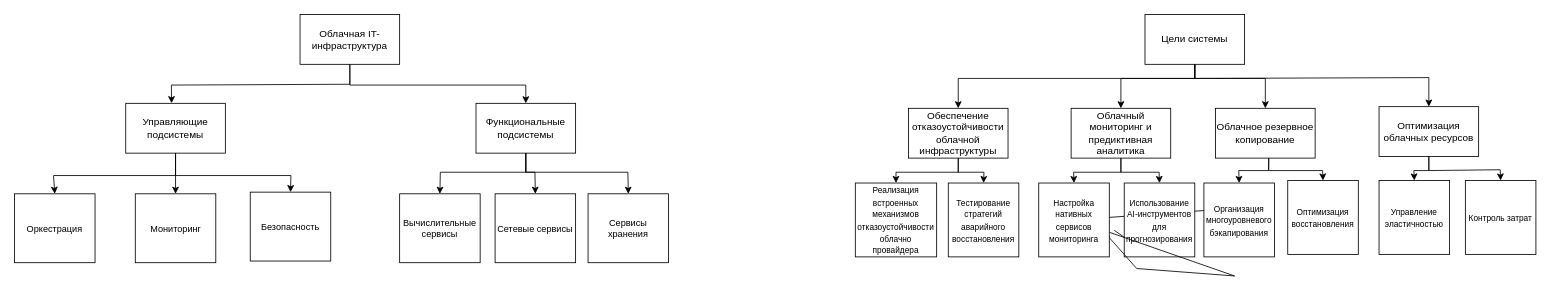
Above: СистемныйАнализ.drawio in yastrov/exemplar1 (draw.io), before the change. Source tidied: cells renumbered, new cells numbered last; positions are measured from the earlier drawing's top-left corner, leaving out a move shared by most shapes. Both pictures are drawn from the tidied source at 83%, with x=0, y=0 at pixel (14, 14).
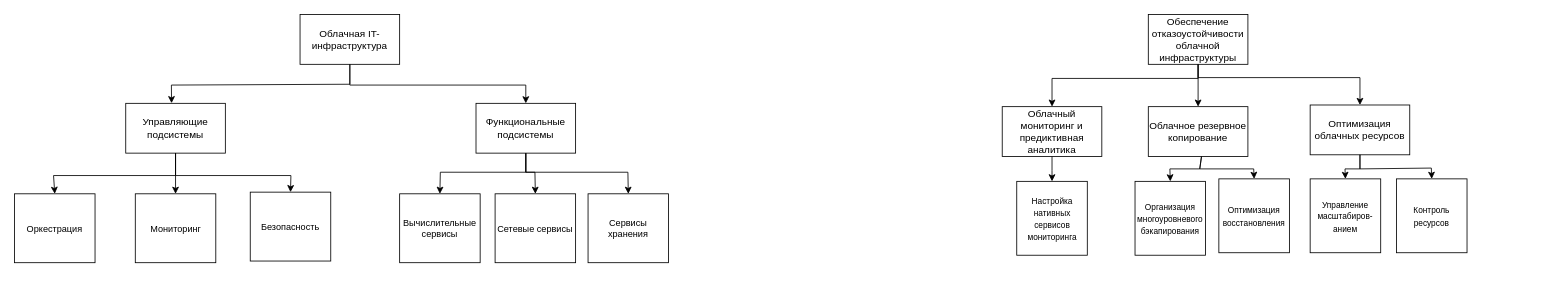
The same diagram, later.

Diff of the diagram source:
```diff
@@
-    <mxCell id="2" value="&lt;font style=&quot;color: light-dark(rgb(0, 0, 0), rgb(0, 0, 0));&quot;&gt;Обеспечение отказоустойчивости облачной инфраструктуры&lt;/font&gt;" style="rounded=0;whiteSpace=wrap;html=1;fillColor=light-dark(#FFFFFF,#FFFFFF);strokeColor=light-dark(#000000,#000000);" parent="1" vertex="1">
-      <mxGeometry x="1077" y="113" width="120" height="60" as="geometry" />
-    </mxCell>
     <mxCell id="3" value="&lt;font style=&quot;color: light-dark(rgb(0, 0, 0), rgb(0, 0, 0));&quot;&gt;Облачный мониторинг и предиктивная аналитика&lt;/font&gt;" style="rounded=0;whiteSpace=wrap;html=1;fillColor=light-dark(#FFFFFF,#FFFFFF);strokeColor=light-dark(#000000,#000000);" parent="1" vertex="1">
-      <mxGeometry x="1273" y="113" width="120" height="60" as="geometry" />
+      <mxGeometry x="1190" y="111" width="120" height="60" as="geometry" />
     </mxCell>
     <mxCell id="4" value="&lt;font style=&quot;color: light-dark(rgb(0, 0, 0), rgb(0, 0, 0));&quot;&gt;Облачное резервное копирование&lt;/font&gt;" style="rounded=0;whiteSpace=wrap;html=1;fillColor=light-dark(#FFFFFF,#FFFFFF);strokeColor=light-dark(#000000,#000000);" parent="1" vertex="1">
-      <mxGeometry x="1447" y="113" width="120" height="60" as="geometry" />
+      <mxGeometry x="1366" y="111" width="120" height="60" as="geometry" />
     </mxCell>
     <mxCell id="5" value="&lt;font style=&quot;color: light-dark(rgb(0, 0, 0), rgb(0, 0, 0));&quot;&gt;Оптимизация облачных ресурсов&lt;/font&gt;" style="rounded=0;whiteSpace=wrap;html=1;fillColor=light-dark(#FFFFFF,#FFFFFF);strokeColor=light-dark(#000000,#000000);" parent="1" vertex="1">
-      <mxGeometry x="1644" y="111" width="120" height="60" as="geometry" />
+      <mxGeometry x="1561" y="109" width="120" height="60" as="geometry" />
     </mxCell>
-    <mxCell id="6" value="&lt;font style=&quot;color: light-dark(rgb(0, 0, 0), rgb(0, 0, 0));&quot;&gt;Цели системы&lt;/font&gt;" style="rounded=0;whiteSpace=wrap;html=1;fillColor=light-dark(#FFFFFF,#FFFFFF);strokeColor=light-dark(#000000,#000000);" parent="1" vertex="1">
-      <mxGeometry x="1362" width="120" height="60" as="geometry" />
+    <mxCell id="6" value="Обеспечение отказоустойчивости облачной инфраструктуры" style="rounded=0;whiteSpace=wrap;html=1;fillColor=light-dark(#FFFFFF,#FFFFFF);strokeColor=light-dark(#000000,#000000);" parent="1" vertex="1">
+      <mxGeometry x="1366" width="120" height="60" as="geometry" />
     </mxCell>
-    <mxCell id="7" style="endArrow=classic;html=1;rounded=0;" parent="1" edge="1">
-      <mxGeometry relative="1" as="geometry">
-        <mxPoint x="1357" y="219.9" as="sourcePoint" />
-        <mxPoint x="1375" y="210" as="targetPoint" />
-      </mxGeometry>
-    </mxCell>
-    <mxCell id="8" style="endArrow=none;html=1;rounded=0;" parent="1" edge="1" source="22">
-      <mxGeometry relative="1" as="geometry">
-        <mxPoint x="1449" y="235" as="targetPoint" />
-      </mxGeometry>
-    </mxCell>
-    <mxCell id="9" style="endArrow=classic;html=1;rounded=0;exitX=0.5;exitY=1;exitDx=0;exitDy=0;entryX=0.5;entryY=0;entryDx=0;entryDy=0;strokeColor=light-dark(#000000,#000000);" parent="1" edge="1" source="6" target="2">
-      <mxGeometry relative="1" as="geometry">
-        <Array as="points">
-          <mxPoint x="1422" y="77" />
-          <mxPoint x="1137" y="77" />
-        </Array>
-      </mxGeometry>
-    </mxCell>
     <mxCell id="10" style="endArrow=classic;html=1;rounded=0;exitX=0.5;exitY=1;exitDx=0;exitDy=0;entryX=0.5;entryY=0;entryDx=0;entryDy=0;strokeColor=light-dark(#000000,#000000);" parent="1" edge="1" source="6" target="3">
       <mxGeometry relative="1" as="geometry">
         <Array as="points">
-          <mxPoint x="1422" y="77" />
-          <mxPoint x="1333" y="77" />
+          <mxPoint x="1426" y="77" />
+          <mxPoint x="1250" y="77" />
         </Array>
       </mxGeometry>
     </mxCell>
     <mxCell id="11" style="endArrow=classic;html=1;rounded=0;exitX=0.5;exitY=1;exitDx=0;exitDy=0;entryX=0.5;entryY=0;entryDx=0;entryDy=0;strokeColor=light-dark(#000000,#000000);" parent="1" edge="1" source="6" target="4">
-      <mxGeometry relative="1" as="geometry">
-        <Array as="points">
-          <mxPoint x="1422" y="77" />
-          <mxPoint x="1507" y="77" />
-        </Array>
-      </mxGeometry>
+      <mxGeometry relative="1" as="geometry" />
     </mxCell>
     <mxCell id="12" style="endArrow=classic;html=1;rounded=0;exitX=0.5;exitY=1;exitDx=0;exitDy=0;entryX=0.5;entryY=0;entryDx=0;entryDy=0;strokeColor=light-dark(#000000,#000000);" parent="1" edge="1" source="6" target="5">
       <mxGeometry relative="1" as="geometry">
         <Array as="points">
-          <mxPoint x="1422" y="77" />
-          <mxPoint x="1704" y="76" />
+          <mxPoint x="1426" y="76" />
+          <mxPoint x="1621" y="76" />
         </Array>
       </mxGeometry>
     </mxCell>
-    <mxCell id="13" value="&lt;font style=&quot;color: light-dark(rgb(0, 0, 0), rgb(0, 0, 0)); font-size: 10px;&quot;&gt;Реализация встроенных механизмов отказоустойчивости облачно провайдера&lt;/font&gt;" style="rounded=0;whiteSpace=wrap;html=1;fillColor=light-dark(#FFFFFF,#FFFFFF);strokeColor=light-dark(#000000,#000000);" parent="1" vertex="1">
-      <mxGeometry x="1013" y="203" width="98" height="89" as="geometry" />
-    </mxCell>
-    <mxCell id="14" style="endArrow=classic;html=1;rounded=0;" parent="1" edge="1">
-      <mxGeometry relative="1" as="geometry">
-        <mxPoint x="1325" y="260" as="sourcePoint" />
-        <mxPoint x="1357" y="282.2" as="targetPoint" />
-      </mxGeometry>
-    </mxCell>
-    <mxCell id="15" value="&lt;font style=&quot;color: light-dark(rgb(0, 0, 0), rgb(0, 0, 0)); font-size: 10px;&quot;&gt;Тестирование стратегий аварийного восстановления&lt;/font&gt;" style="rounded=0;whiteSpace=wrap;html=1;fillColor=light-dark(#FFFFFF,#FFFFFF);strokeColor=light-dark(#000000,#000000);" parent="1" vertex="1">
-      <mxGeometry x="1125" y="203" width="85" height="89" as="geometry" />
-    </mxCell>
-    <mxCell id="16" value="&lt;font style=&quot;color: light-dark(rgb(0, 0, 0), rgb(0, 0, 0)); font-size: 10px;&quot;&gt;Использование AI-инструментов для прогнозирования&lt;/font&gt;" style="rounded=0;whiteSpace=wrap;html=1;fillColor=light-dark(#FFFFFF,#FFFFFF);strokeColor=light-dark(#000000,#000000);" parent="1" vertex="1">
-      <mxGeometry x="1337" y="203" width="85" height="89" as="geometry" />
-    </mxCell>
     <mxCell id="17" value="&lt;font style=&quot;color: light-dark(rgb(0, 0, 0), rgb(0, 0, 0)); font-size: 10px;&quot;&gt;Организация многоуровневого бэкапирования&lt;/font&gt;" style="rounded=0;whiteSpace=wrap;html=1;fillColor=light-dark(#FFFFFF,#FFFFFF);strokeColor=light-dark(#000000,#000000);" parent="1" vertex="1">
-      <mxGeometry x="1433" y="203" width="85" height="89" as="geometry" />
+      <mxGeometry x="1350" y="201" width="85" height="89" as="geometry" />
     </mxCell>
     <mxCell id="18" value="&lt;font style=&quot;color: light-dark(rgb(0, 0, 0), rgb(0, 0, 0)); font-size: 10px;&quot;&gt;Оптимизация восстановления&lt;/font&gt;" style="rounded=0;whiteSpace=wrap;html=1;fillColor=light-dark(#FFFFFF,#FFFFFF);strokeColor=light-dark(#000000,#000000);" parent="1" vertex="1">
-      <mxGeometry x="1534" y="200" width="85" height="89" as="geometry" />
+      <mxGeometry x="1451" y="198" width="85" height="89" as="geometry" />
     </mxCell>
-    <mxCell id="19" value="&lt;font style=&quot;color: light-dark(rgb(0, 0, 0), rgb(0, 0, 0)); font-size: 10px;&quot;&gt;Управление эластичностью&lt;/font&gt;" style="rounded=0;whiteSpace=wrap;html=1;fillColor=light-dark(#FFFFFF,#FFFFFF);strokeColor=light-dark(#000000,#000000);" parent="1" vertex="1">
-      <mxGeometry x="1644" y="200" width="85" height="89" as="geometry" />
+    <mxCell id="19" value="&lt;font style=&quot;color: light-dark(rgb(0, 0, 0), rgb(0, 0, 0)); font-size: 10px;&quot;&gt;Управление масштабиров-анием&lt;/font&gt;" style="rounded=0;whiteSpace=wrap;html=1;fillColor=light-dark(#FFFFFF,#FFFFFF);strokeColor=light-dark(#000000,#000000);" parent="1" vertex="1">
+      <mxGeometry x="1561" y="198" width="85" height="89" as="geometry" />
     </mxCell>
-    <mxCell id="20" value="&lt;font style=&quot;color: light-dark(rgb(0, 0, 0), rgb(0, 0, 0)); font-size: 10px;&quot;&gt;Контроль затрат&lt;/font&gt;" style="rounded=0;whiteSpace=wrap;html=1;fillColor=light-dark(#FFFFFF,#FFFFFF);strokeColor=light-dark(#000000,#000000);" parent="1" vertex="1">
-      <mxGeometry x="1748" y="200" width="85" height="89" as="geometry" />
+    <mxCell id="20" value="&lt;font style=&quot;color: light-dark(rgb(0, 0, 0), rgb(0, 0, 0)); font-size: 10px;&quot;&gt;Контроль ресурсов&lt;/font&gt;" style="rounded=0;whiteSpace=wrap;html=1;fillColor=light-dark(#FFFFFF,#FFFFFF);strokeColor=light-dark(#000000,#000000);" parent="1" vertex="1">
+      <mxGeometry x="1665" y="198" width="85" height="89" as="geometry" />
     </mxCell>
-    <mxCell id="21" style="endArrow=none;html=1;rounded=0;" parent="1" edge="1" target="22">
-      <mxGeometry relative="1" as="geometry">
-        <mxPoint x="1289" y="235" as="sourcePoint" />
-        <Array as="points">
-          <mxPoint x="1352" y="306" />
-          <mxPoint x="1470" y="315" />
-        </Array>
-      </mxGeometry>
-    </mxCell>
     <mxCell id="22" value="&lt;font style=&quot;color: light-dark(rgb(0, 0, 0), rgb(0, 0, 0)); font-size: 10px;&quot;&gt;Настройка нативных сервисов мониторинга&lt;/font&gt;" style="rounded=0;whiteSpace=wrap;html=1;fillColor=light-dark(#FFFFFF,#FFFFFF);strokeColor=light-dark(#000000,#000000);" parent="1" vertex="1">
-      <mxGeometry x="1234" y="203" width="85" height="89" as="geometry" />
+      <mxGeometry x="1207.5" y="201" width="85" height="89" as="geometry" />
     </mxCell>
-    <mxCell id="23" style="endArrow=classic;html=1;rounded=0;exitX=0.5;exitY=1;exitDx=0;exitDy=0;entryX=0.5;entryY=0;entryDx=0;entryDy=0;strokeColor=light-dark(#000000,#000000);" parent="1" edge="1" source="2" target="13">
-      <mxGeometry relative="1" as="geometry">
-        <Array as="points">
-          <mxPoint x="1137" y="190" />
-          <mxPoint x="1062" y="190" />
-        </Array>
-      </mxGeometry>
-    </mxCell>
-    <mxCell id="24" style="endArrow=classic;html=1;rounded=0;exitX=0.5;exitY=1;exitDx=0;exitDy=0;entryX=0.5;entryY=0;entryDx=0;entryDy=0;strokeColor=light-dark(#000000,#000000);" parent="1" edge="1" source="2" target="15">
-      <mxGeometry relative="1" as="geometry">
-        <Array as="points">
-          <mxPoint x="1137" y="190" />
-          <mxPoint x="1168" y="190" />
-        </Array>
-      </mxGeometry>
-    </mxCell>
     <mxCell id="25" style="endArrow=classic;html=1;rounded=0;exitX=0.5;exitY=1;exitDx=0;exitDy=0;entryX=0.5;entryY=0;entryDx=0;entryDy=0;strokeColor=light-dark(#000000,#000000);" parent="1" edge="1" source="3" target="22">
       <mxGeometry relative="1" as="geometry">
         <Array as="points">
-          <mxPoint x="1333" y="190" />
-          <mxPoint x="1276" y="190" />
+          <mxPoint x="1250" y="188" />
         </Array>
       </mxGeometry>
     </mxCell>
-    <mxCell id="26" style="endArrow=classic;html=1;rounded=0;exitX=0.5;exitY=1;exitDx=0;exitDy=0;entryX=0.5;entryY=0;entryDx=0;entryDy=0;strokeColor=light-dark(#000000,#000000);" parent="1" edge="1" source="3" target="16">
-      <mxGeometry relative="1" as="geometry">
-        <Array as="points">
-          <mxPoint x="1333" y="190" />
-          <mxPoint x="1379" y="190" />
-        </Array>
-      </mxGeometry>
-    </mxCell>
     <mxCell id="27" style="endArrow=classic;html=1;rounded=0;exitX=0.533;exitY=1.006;exitDx=0;exitDy=0;entryX=0.5;entryY=0;entryDx=0;entryDy=0;strokeColor=light-dark(#000000,#000000);exitPerimeter=0;" parent="1" edge="1" source="4" target="17">
       <mxGeometry relative="1" as="geometry">
         <Array as="points">
-          <mxPoint x="1511" y="188" />
-          <mxPoint x="1475" y="188" />
+          <mxPoint x="1428" y="186" />
+          <mxPoint x="1392" y="186" />
         </Array>
       </mxGeometry>
     </mxCell>
     <mxCell id="28" style="endArrow=classic;html=1;rounded=0;exitX=0.535;exitY=0.999;exitDx=0;exitDy=0;entryX=0.5;entryY=0;entryDx=0;entryDy=0;strokeColor=light-dark(#000000,#000000);exitPerimeter=0;" parent="1" edge="1" source="4" target="18">
       <mxGeometry relative="1" as="geometry">
         <Array as="points">
-          <mxPoint x="1511" y="188" />
-          <mxPoint x="1576" y="188" />
+          <mxPoint x="1428" y="186" />
+          <mxPoint x="1493" y="186" />
         </Array>
       </mxGeometry>
     </mxCell>
     <mxCell id="29" style="endArrow=classic;html=1;rounded=0;exitX=0.5;exitY=1;exitDx=0;exitDy=0;entryX=0.5;entryY=0;entryDx=0;entryDy=0;strokeColor=light-dark(#000000,#000000);" parent="1" edge="1" source="5" target="19">
       <mxGeometry relative="1" as="geometry">
         <Array as="points">
-          <mxPoint x="1704" y="188" />
-          <mxPoint x="1686" y="188" />
+          <mxPoint x="1621" y="186" />
+          <mxPoint x="1603" y="186" />
         </Array>
       </mxGeometry>
     </mxCell>
     <mxCell id="30" style="endArrow=classic;html=1;rounded=0;exitX=0.5;exitY=1;exitDx=0;exitDy=0;entryX=0.5;entryY=0;entryDx=0;entryDy=0;strokeColor=light-dark(#000000,#000000);" parent="1" edge="1" source="5" target="20">
       <mxGeometry relative="1" as="geometry">
         <Array as="points">
-          <mxPoint x="1704" y="188" />
-          <mxPoint x="1790" y="187" />
+          <mxPoint x="1621" y="186" />
+          <mxPoint x="1707" y="185" />
         </Array>
       </mxGeometry>
     </mxCell>
```
